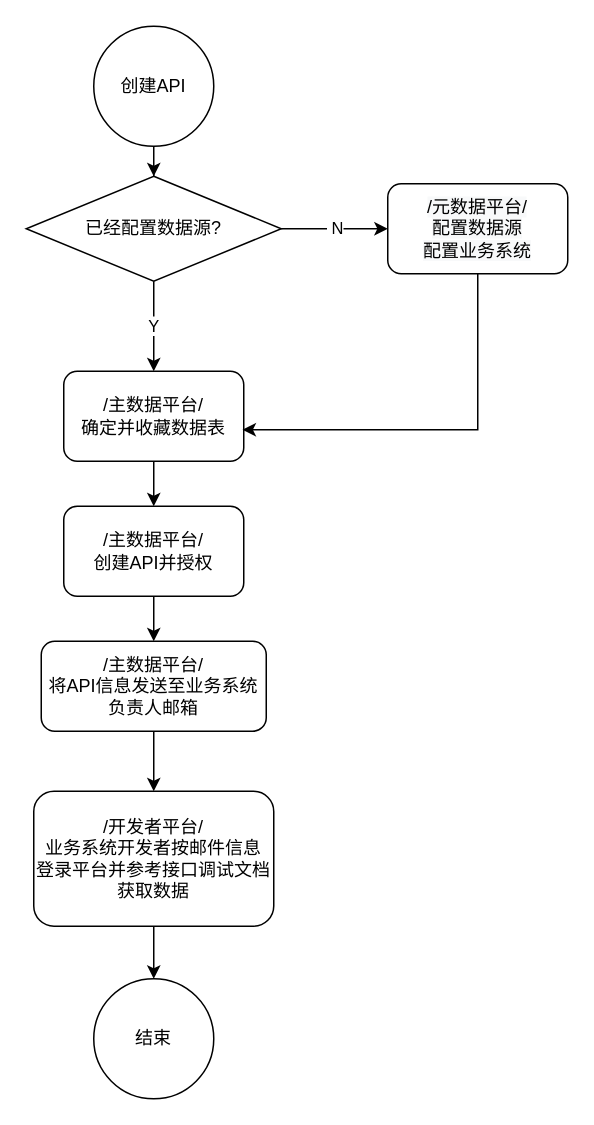
This is 开发者平台使用手册.assets/api_flowchart.drawio from byoukinn/sjzl-wiki, a draw.io file, before an edit. Source tidied: cells renumbered, new cells numbered last; positions are measured from the earlier drawing's top-left corner, leaving out a move shared by most shapes. Both pictures are drawn from the tidied source at 150%, with x=0, y=0 at pixel (26, 26).
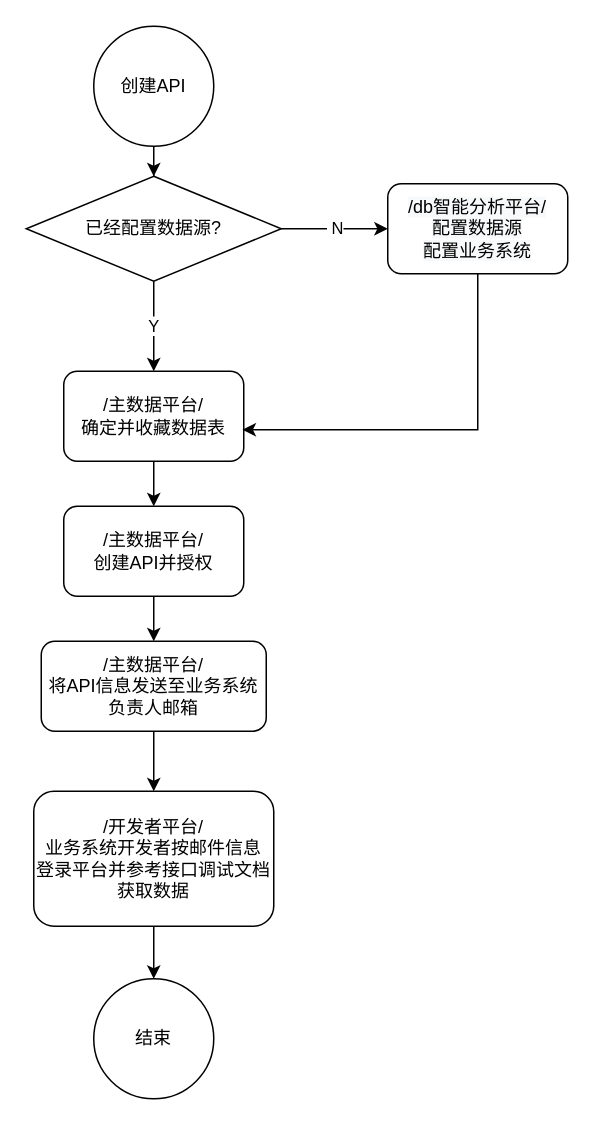
After the change.

What changed in the source:
```diff
@@
 <mxGraphModel>
   <root>
     <mxCell id="0" />
     <mxCell id="1" parent="0" />
     <mxCell id="2" style="edgeStyle=orthogonalEdgeStyle;rounded=0;jettySize=auto;html=1;" parent="1" edge="1" source="3" target="17">
       <mxGeometry relative="1" as="geometry" />
     </mxCell>
     <mxCell id="3" value="创建API" style="ellipse;whiteSpace=wrap;html=1;" parent="1" vertex="1">
       <mxGeometry x="45" width="80" height="80" as="geometry" />
     </mxCell>
     <mxCell id="4" value="结束" style="ellipse;whiteSpace=wrap;html=1;" parent="1" vertex="1">
       <mxGeometry x="45" y="635" width="80" height="80" as="geometry" />
     </mxCell>
     <mxCell id="5" value="Y" style="edgeStyle=orthogonalEdgeStyle;rounded=0;jettySize=auto;html=1;exitX=0.5;exitY=1;exitDx=0;exitDy=0;" parent="1" edge="1" source="17" target="8">
       <mxGeometry relative="1" as="geometry" />
     </mxCell>
     <mxCell id="6" value="&amp;nbsp;N" style="edgeStyle=orthogonalEdgeStyle;rounded=0;jettySize=auto;html=1;exitX=1;exitY=0.5;exitDx=0;exitDy=0;" parent="1" edge="1" source="17" target="16">
       <mxGeometry relative="1" as="geometry" />
     </mxCell>
     <mxCell id="7" style="edgeStyle=orthogonalEdgeStyle;rounded=0;jettySize=auto;html=1;exitX=0.5;exitY=1;exitDx=0;exitDy=0;" parent="1" edge="1" source="8" target="10">
       <mxGeometry relative="1" as="geometry" />
     </mxCell>
     <mxCell id="8" value="/主数据平台/&lt;br&gt;确定并收藏数据表" style="whiteSpace=wrap;html=1;rounded=1;" parent="1" vertex="1">
       <mxGeometry x="25" y="230" width="120" height="60" as="geometry" />
     </mxCell>
     <mxCell id="9" style="edgeStyle=orthogonalEdgeStyle;rounded=0;jettySize=auto;html=1;" parent="1" edge="1" source="10" target="12">
       <mxGeometry relative="1" as="geometry" />
     </mxCell>
     <mxCell id="10" value="/主数据平台/&lt;br&gt;创建API并授权" style="whiteSpace=wrap;html=1;rounded=1;" parent="1" vertex="1">
       <mxGeometry x="25" y="320" width="120" height="60" as="geometry" />
     </mxCell>
     <mxCell id="11" style="edgeStyle=orthogonalEdgeStyle;rounded=0;jettySize=auto;html=1;" parent="1" edge="1" source="12" target="14">
       <mxGeometry relative="1" as="geometry" />
     </mxCell>
     <mxCell id="12" value="/主数据平台/&lt;br&gt;将API信息发送至业务系统负责人邮箱" style="whiteSpace=wrap;html=1;rounded=1;" parent="1" vertex="1">
       <mxGeometry x="10" y="410" width="150" height="60" as="geometry" />
     </mxCell>
     <mxCell id="13" style="edgeStyle=orthogonalEdgeStyle;rounded=0;jettySize=auto;html=1;" parent="1" edge="1" source="14" target="4">
       <mxGeometry relative="1" as="geometry" />
     </mxCell>
     <mxCell id="14" value="/开发者平台/&lt;br&gt;业务系统开发者按邮件信息&lt;br&gt;登录平台并参考接口调试文档获取数据" style="whiteSpace=wrap;html=1;rounded=1;" parent="1" vertex="1">
       <mxGeometry x="5" y="510" width="160" height="90" as="geometry" />
     </mxCell>
     <mxCell id="15" style="edgeStyle=orthogonalEdgeStyle;rounded=0;jettySize=auto;html=1;exitX=0.5;exitY=1;exitDx=0;exitDy=0;entryX=0.993;entryY=0.65;entryDx=0;entryDy=0;entryPerimeter=0;" parent="1" edge="1" source="16" target="8">
       <mxGeometry relative="1" as="geometry" />
     </mxCell>
-    <mxCell id="16" value="&lt;span style=&quot;color: rgb(0, 0, 0); font-family: Helvetica; font-size: 12px; font-style: normal; font-variant-ligatures: normal; font-variant-caps: normal; font-weight: 400; letter-spacing: normal; orphans: 2; text-align: center; text-indent: 0px; text-transform: none; widows: 2; word-spacing: 0px; -webkit-text-stroke-width: 0px; background-color: rgb(248, 249, 250); text-decoration-thickness: initial; text-decoration-style: initial; text-decoration-color: initial; float: none; display: inline !important;&quot;&gt;/元数据平台/&lt;/span&gt;&lt;br style=&quot;color: rgb(0, 0, 0); font-family: Helvetica; font-size: 12px; font-style: normal; font-variant-ligatures: normal; font-variant-caps: normal; font-weight: 400; letter-spacing: normal; orphans: 2; text-align: center; text-indent: 0px; text-transform: none; widows: 2; word-spacing: 0px; -webkit-text-stroke-width: 0px; background-color: rgb(248, 249, 250); text-decoration-thickness: initial; text-decoration-style: initial; text-decoration-color: initial;&quot;&gt;&lt;span style=&quot;color: rgb(0, 0, 0); font-family: Helvetica; font-size: 12px; font-style: normal; font-variant-ligatures: normal; font-variant-caps: normal; font-weight: 400; letter-spacing: normal; orphans: 2; text-align: center; text-indent: 0px; text-transform: none; widows: 2; word-spacing: 0px; -webkit-text-stroke-width: 0px; background-color: rgb(248, 249, 250); text-decoration-thickness: initial; text-decoration-style: initial; text-decoration-color: initial; float: none; display: inline !important;&quot;&gt;配置数据源&lt;/span&gt;&lt;br style=&quot;color: rgb(0, 0, 0); font-family: Helvetica; font-size: 12px; font-style: normal; font-variant-ligatures: normal; font-variant-caps: normal; font-weight: 400; letter-spacing: normal; orphans: 2; text-align: center; text-indent: 0px; text-transform: none; widows: 2; word-spacing: 0px; -webkit-text-stroke-width: 0px; background-color: rgb(248, 249, 250); text-decoration-thickness: initial; text-decoration-style: initial; text-decoration-color: initial;&quot;&gt;&lt;span style=&quot;color: rgb(0, 0, 0); font-family: Helvetica; font-size: 12px; font-style: normal; font-variant-ligatures: normal; font-variant-caps: normal; font-weight: 400; letter-spacing: normal; orphans: 2; text-align: center; text-indent: 0px; text-transform: none; widows: 2; word-spacing: 0px; -webkit-text-stroke-width: 0px; background-color: rgb(248, 249, 250); text-decoration-thickness: initial; text-decoration-style: initial; text-decoration-color: initial; float: none; display: inline !important;&quot;&gt;配置业务系统&lt;/span&gt;" style="whiteSpace=wrap;html=1;rounded=1;" parent="1" vertex="1">
+    <mxCell id="16" value="&lt;span style=&quot;color: rgb(0, 0, 0); font-family: Helvetica; font-size: 12px; font-style: normal; font-variant-ligatures: normal; font-variant-caps: normal; font-weight: 400; letter-spacing: normal; orphans: 2; text-align: center; text-indent: 0px; text-transform: none; widows: 2; word-spacing: 0px; -webkit-text-stroke-width: 0px; background-color: rgb(248, 249, 250); text-decoration-thickness: initial; text-decoration-style: initial; text-decoration-color: initial; float: none; display: inline !important;&quot;&gt;/db智能分析平台/&lt;/span&gt;&lt;br style=&quot;color: rgb(0, 0, 0); font-family: Helvetica; font-size: 12px; font-style: normal; font-variant-ligatures: normal; font-variant-caps: normal; font-weight: 400; letter-spacing: normal; orphans: 2; text-align: center; text-indent: 0px; text-transform: none; widows: 2; word-spacing: 0px; -webkit-text-stroke-width: 0px; background-color: rgb(248, 249, 250); text-decoration-thickness: initial; text-decoration-style: initial; text-decoration-color: initial;&quot;&gt;&lt;span style=&quot;color: rgb(0, 0, 0); font-family: Helvetica; font-size: 12px; font-style: normal; font-variant-ligatures: normal; font-variant-caps: normal; font-weight: 400; letter-spacing: normal; orphans: 2; text-align: center; text-indent: 0px; text-transform: none; widows: 2; word-spacing: 0px; -webkit-text-stroke-width: 0px; background-color: rgb(248, 249, 250); text-decoration-thickness: initial; text-decoration-style: initial; text-decoration-color: initial; float: none; display: inline !important;&quot;&gt;配置数据源&lt;/span&gt;&lt;br style=&quot;color: rgb(0, 0, 0); font-family: Helvetica; font-size: 12px; font-style: normal; font-variant-ligatures: normal; font-variant-caps: normal; font-weight: 400; letter-spacing: normal; orphans: 2; text-align: center; text-indent: 0px; text-transform: none; widows: 2; word-spacing: 0px; -webkit-text-stroke-width: 0px; background-color: rgb(248, 249, 250); text-decoration-thickness: initial; text-decoration-style: initial; text-decoration-color: initial;&quot;&gt;&lt;span style=&quot;color: rgb(0, 0, 0); font-family: Helvetica; font-size: 12px; font-style: normal; font-variant-ligatures: normal; font-variant-caps: normal; font-weight: 400; letter-spacing: normal; orphans: 2; text-align: center; text-indent: 0px; text-transform: none; widows: 2; word-spacing: 0px; -webkit-text-stroke-width: 0px; background-color: rgb(248, 249, 250); text-decoration-thickness: initial; text-decoration-style: initial; text-decoration-color: initial; float: none; display: inline !important;&quot;&gt;配置业务系统&lt;/span&gt;" style="whiteSpace=wrap;html=1;rounded=1;" parent="1" vertex="1">
       <mxGeometry x="241" y="105" width="120" height="60" as="geometry" />
     </mxCell>
     <mxCell id="17" value="&lt;span style=&quot;&quot;&gt;已经配置数据源?&lt;/span&gt;" style="rhombus;whiteSpace=wrap;html=1;" parent="1" vertex="1">
       <mxGeometry y="100" width="170" height="70" as="geometry" />
     </mxCell>
   </root>
 </mxGraphModel>
```
